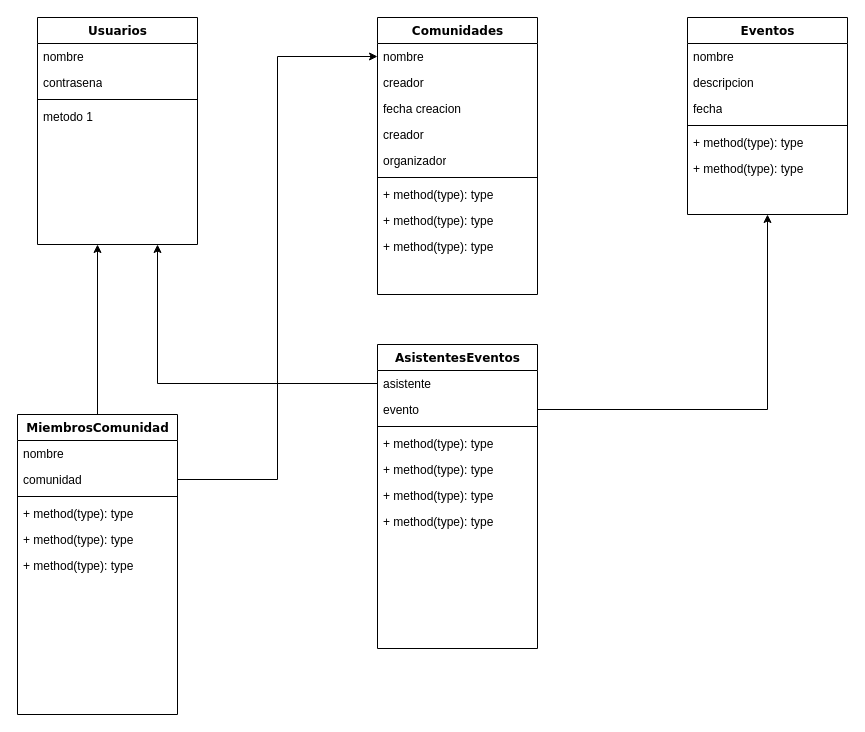
The draw.io diagram OrganizadorEventos_clases.drawio in gonzapython/EventosComunidades, before the edit. Source tidied: cells renumbered, new cells numbered last; positions are measured from the earlier drawing's top-left corner, leaving out a move shared by most shapes. Both pictures are drawn from the tidied source at 100%, with x=0, y=0 at pixel (17, 17).
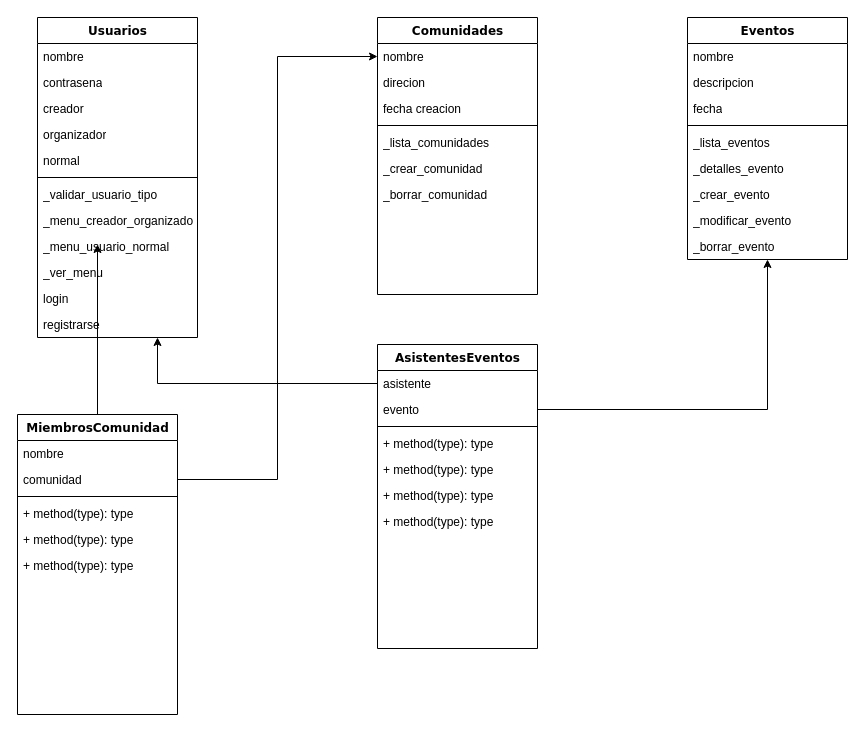
The same diagram, later.

The change refers to these unchanged cells:
```xml
<mxCell id="7" value="Comunidades" style="swimlane;html=1;fontStyle=1;align=center;verticalAlign=top;horizontal=1;startSize=26;swimlaneFillColor=#ffffff;rounded=0;shadow=0;comic=0;labelBackgroundColor=none;strokeWidth=1;fillColor=none;fontFamily=Verdana;fontSize=12;" parent="1" vertex="1">
  <mxGeometry x="360" width="160" height="277" as="geometry" />
</mxCell>
```

Diff of the diagram source:
```diff
@@
     <mxCell id="2" value="Usuarios" style="swimlane;html=1;fontStyle=1;align=center;verticalAlign=top;horizontal=1;startSize=26;swimlaneFillColor=#ffffff;rounded=0;shadow=0;comic=0;labelBackgroundColor=none;strokeWidth=1;fillColor=none;fontFamily=Verdana;fontSize=12;" parent="1" vertex="1">
-      <mxGeometry x="20" width="160" height="227" as="geometry" />
+      <mxGeometry x="20" width="160" height="320" as="geometry" />
     </mxCell>
@@
+    <mxCell id="11" value="creador" style="text;html=1;strokeColor=none;fillColor=none;align=left;verticalAlign=top;spacingLeft=4;spacingRight=4;whiteSpace=wrap;overflow=hidden;" parent="2" vertex="1">
+      <mxGeometry y="78" width="160" height="26" as="geometry" />
+    </mxCell>
+    <mxCell id="12" value="organizador" style="text;html=1;strokeColor=none;fillColor=none;align=left;verticalAlign=top;spacingLeft=4;spacingRight=4;whiteSpace=wrap;overflow=hidden;" parent="2" vertex="1">
+      <mxGeometry y="104" width="160" height="26" as="geometry" />
+    </mxCell>
+    <mxCell id="44" value="normal" style="text;html=1;strokeColor=none;fillColor=none;align=left;verticalAlign=top;spacingLeft=4;spacingRight=4;whiteSpace=wrap;overflow=hidden;" parent="2" vertex="1">
+      <mxGeometry y="130" width="160" height="26" as="geometry" />
+    </mxCell>
     <mxCell id="5" style="line;html=1;strokeWidth=1;fillColor=none;align=left;verticalAlign=middle;spacingTop=-1;spacingLeft=3;spacingRight=3;labelPosition=right;" parent="2" vertex="1">
-      <mxGeometry y="78" width="160" height="8" as="geometry" />
+      <mxGeometry y="156" width="160" height="8" as="geometry" />
     </mxCell>
-    <mxCell id="6" value="metodo 1" style="text;html=1;strokeColor=none;fillColor=none;align=left;verticalAlign=top;spacingLeft=4;spacingRight=4;whiteSpace=wrap;overflow=hidden;" parent="2" vertex="1">
-      <mxGeometry y="86" width="160" height="26" as="geometry" />
+    <mxCell id="6" value="_validar_usuario_tipo" style="text;html=1;strokeColor=none;fillColor=none;align=left;verticalAlign=top;spacingLeft=4;spacingRight=4;whiteSpace=wrap;overflow=hidden;" parent="2" vertex="1">
+      <mxGeometry y="164" width="160" height="26" as="geometry" />
     </mxCell>
+    <mxCell id="45" value="_menu_creador_organizador" style="text;html=1;strokeColor=none;fillColor=none;align=left;verticalAlign=top;spacingLeft=4;spacingRight=4;whiteSpace=wrap;overflow=hidden;" parent="2" vertex="1">
+      <mxGeometry y="190" width="160" height="26" as="geometry" />
+    </mxCell>
+    <mxCell id="46" value="_menu_usuario_normal" style="text;html=1;strokeColor=none;fillColor=none;align=left;verticalAlign=top;spacingLeft=4;spacingRight=4;whiteSpace=wrap;overflow=hidden;" parent="2" vertex="1">
+      <mxGeometry y="216" width="160" height="26" as="geometry" />
+    </mxCell>
+    <mxCell id="47" value="_ver_menu" style="text;html=1;strokeColor=none;fillColor=none;align=left;verticalAlign=top;spacingLeft=4;spacingRight=4;whiteSpace=wrap;overflow=hidden;" parent="2" vertex="1">
+      <mxGeometry y="242" width="160" height="26" as="geometry" />
+    </mxCell>
+    <mxCell id="48" value="login" style="text;html=1;strokeColor=none;fillColor=none;align=left;verticalAlign=top;spacingLeft=4;spacingRight=4;whiteSpace=wrap;overflow=hidden;" parent="2" vertex="1">
+      <mxGeometry y="268" width="160" height="26" as="geometry" />
+    </mxCell>
+    <mxCell id="49" value="registrarse" style="text;html=1;strokeColor=none;fillColor=none;align=left;verticalAlign=top;spacingLeft=4;spacingRight=4;whiteSpace=wrap;overflow=hidden;" parent="2" vertex="1">
+      <mxGeometry y="294" width="160" height="26" as="geometry" />
+    </mxCell>
@@
-    <mxCell id="9" value="creador" style="text;html=1;strokeColor=none;fillColor=none;align=left;verticalAlign=top;spacingLeft=4;spacingRight=4;whiteSpace=wrap;overflow=hidden;" parent="7" vertex="1">
+    <mxCell id="9" value="direcion" style="text;html=1;strokeColor=none;fillColor=none;align=left;verticalAlign=top;spacingLeft=4;spacingRight=4;whiteSpace=wrap;overflow=hidden;" parent="7" vertex="1">
       <mxGeometry y="52" width="160" height="26" as="geometry" />
     </mxCell>
@@
-    <mxCell id="11" value="creador" style="text;html=1;strokeColor=none;fillColor=none;align=left;verticalAlign=top;spacingLeft=4;spacingRight=4;whiteSpace=wrap;overflow=hidden;" parent="7" vertex="1">
-      <mxGeometry y="104" width="160" height="26" as="geometry" />
-    </mxCell>
-    <mxCell id="12" value="organizador" style="text;html=1;strokeColor=none;fillColor=none;align=left;verticalAlign=top;spacingLeft=4;spacingRight=4;whiteSpace=wrap;overflow=hidden;" parent="7" vertex="1">
-      <mxGeometry y="130" width="160" height="26" as="geometry" />
-    </mxCell>
     <mxCell id="13" style="line;html=1;strokeWidth=1;fillColor=none;align=left;verticalAlign=middle;spacingTop=-1;spacingLeft=3;spacingRight=3;labelPosition=right;" parent="7" vertex="1">
-      <mxGeometry y="156" width="160" height="8" as="geometry" />
+      <mxGeometry y="104" width="160" height="8" as="geometry" />
     </mxCell>
-    <mxCell id="14" value="+ method(type): type" style="text;html=1;strokeColor=none;fillColor=none;align=left;verticalAlign=top;spacingLeft=4;spacingRight=4;whiteSpace=wrap;overflow=hidden;" parent="7" vertex="1">
-      <mxGeometry y="164" width="160" height="26" as="geometry" />
+    <mxCell id="14" value="_lista_comunidades" style="text;html=1;strokeColor=none;fillColor=none;align=left;verticalAlign=top;spacingLeft=4;spacingRight=4;whiteSpace=wrap;overflow=hidden;" parent="7" vertex="1">
+      <mxGeometry y="112" width="160" height="26" as="geometry" />
     </mxCell>
-    <mxCell id="15" value="+ method(type): type" style="text;html=1;strokeColor=none;fillColor=none;align=left;verticalAlign=top;spacingLeft=4;spacingRight=4;whiteSpace=wrap;overflow=hidden;" parent="7" vertex="1">
-      <mxGeometry y="190" width="160" height="26" as="geometry" />
+    <mxCell id="15" value="_crear_comunidad" style="text;html=1;strokeColor=none;fillColor=none;align=left;verticalAlign=top;spacingLeft=4;spacingRight=4;whiteSpace=wrap;overflow=hidden;" parent="7" vertex="1">
+      <mxGeometry y="138" width="160" height="26" as="geometry" />
     </mxCell>
-    <mxCell id="16" value="+ method(type): type" style="text;html=1;strokeColor=none;fillColor=none;align=left;verticalAlign=top;spacingLeft=4;spacingRight=4;whiteSpace=wrap;overflow=hidden;" parent="7" vertex="1">
-      <mxGeometry y="216" width="160" height="26" as="geometry" />
+    <mxCell id="16" value="_borrar_comunidad" style="text;html=1;strokeColor=none;fillColor=none;align=left;verticalAlign=top;spacingLeft=4;spacingRight=4;whiteSpace=wrap;overflow=hidden;" parent="7" vertex="1">
+      <mxGeometry y="164" width="160" height="26" as="geometry" />
     </mxCell>
     <mxCell id="17" value="Eventos&lt;br&gt;" style="swimlane;html=1;fontStyle=1;align=center;verticalAlign=top;horizontal=1;startSize=26;swimlaneFillColor=#ffffff;rounded=0;shadow=0;comic=0;labelBackgroundColor=none;strokeWidth=1;fillColor=none;fontFamily=Verdana;fontSize=12;" parent="1" vertex="1">
-      <mxGeometry x="670" width="160" height="197" as="geometry" />
+      <mxGeometry x="670" width="160" height="242" as="geometry" />
     </mxCell>
@@
-    <mxCell id="22" value="+ method(type): type" style="text;html=1;strokeColor=none;fillColor=none;align=left;verticalAlign=top;spacingLeft=4;spacingRight=4;whiteSpace=wrap;overflow=hidden;" parent="17" vertex="1">
+    <mxCell id="22" value="_lista_eventos" style="text;html=1;strokeColor=none;fillColor=none;align=left;verticalAlign=top;spacingLeft=4;spacingRight=4;whiteSpace=wrap;overflow=hidden;" parent="17" vertex="1">
       <mxGeometry y="112" width="160" height="26" as="geometry" />
     </mxCell>
-    <mxCell id="23" value="+ method(type): type" style="text;html=1;strokeColor=none;fillColor=none;align=left;verticalAlign=top;spacingLeft=4;spacingRight=4;whiteSpace=wrap;overflow=hidden;" parent="17" vertex="1">
+    <mxCell id="23" value="_detalles_evento" style="text;html=1;strokeColor=none;fillColor=none;align=left;verticalAlign=top;spacingLeft=4;spacingRight=4;whiteSpace=wrap;overflow=hidden;" parent="17" vertex="1">
       <mxGeometry y="138" width="160" height="26" as="geometry" />
     </mxCell>
+    <mxCell id="50" value="_crear_evento" style="text;html=1;strokeColor=none;fillColor=none;align=left;verticalAlign=top;spacingLeft=4;spacingRight=4;whiteSpace=wrap;overflow=hidden;" parent="17" vertex="1">
+      <mxGeometry y="164" width="160" height="26" as="geometry" />
+    </mxCell>
+    <mxCell id="51" value="_modificar_evento" style="text;html=1;strokeColor=none;fillColor=none;align=left;verticalAlign=top;spacingLeft=4;spacingRight=4;whiteSpace=wrap;overflow=hidden;" parent="17" vertex="1">
+      <mxGeometry y="190" width="160" height="26" as="geometry" />
+    </mxCell>
+    <mxCell id="52" value="_borrar_evento" style="text;html=1;strokeColor=none;fillColor=none;align=left;verticalAlign=top;spacingLeft=4;spacingRight=4;whiteSpace=wrap;overflow=hidden;" parent="17" vertex="1">
+      <mxGeometry y="216" width="160" height="26" as="geometry" />
+    </mxCell>
```
